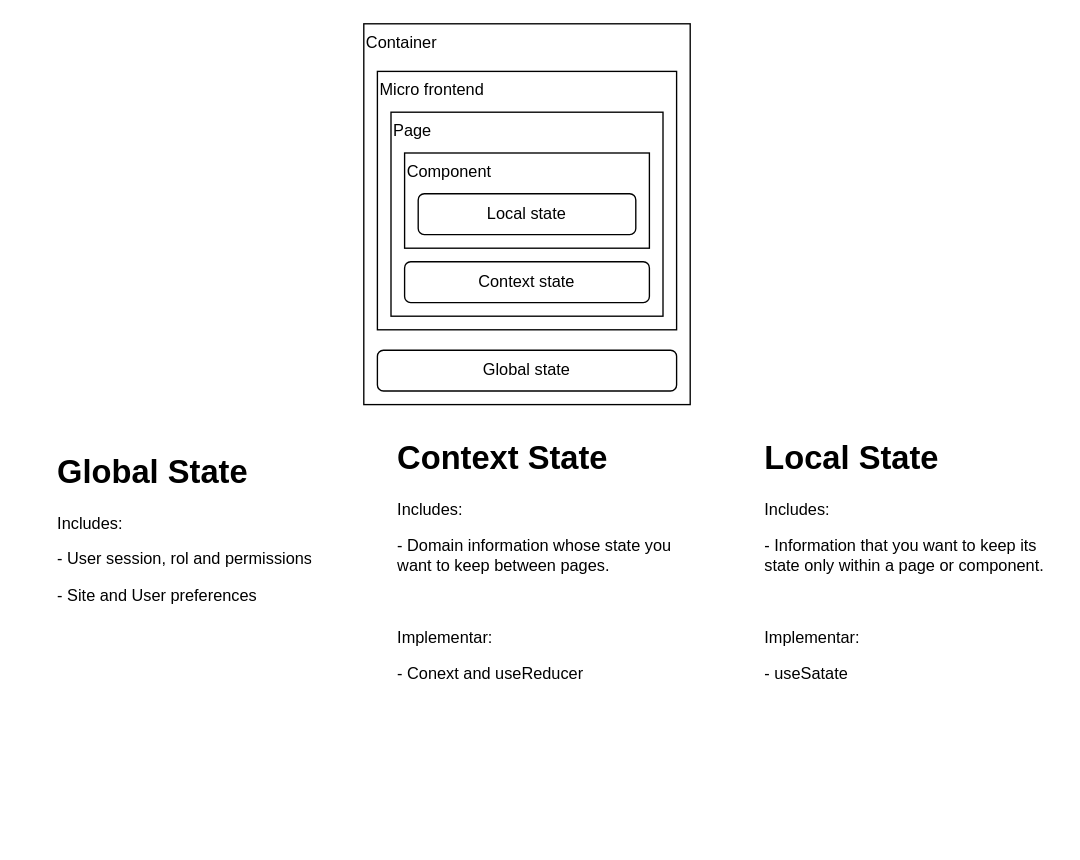
Earlier version of the draw.io diagram page "estado" (4 of 6) of docs/architecture.dio (Project-Foundations/pfmf-react-root). Source tidied: cells renumbered, new cells numbered last; positions are measured from the earlier drawing's top-left corner, leaving out a move shared by most shapes. Both pictures are drawn from the tidied source at 136%, with x=0, y=0 at pixel (50, 23).
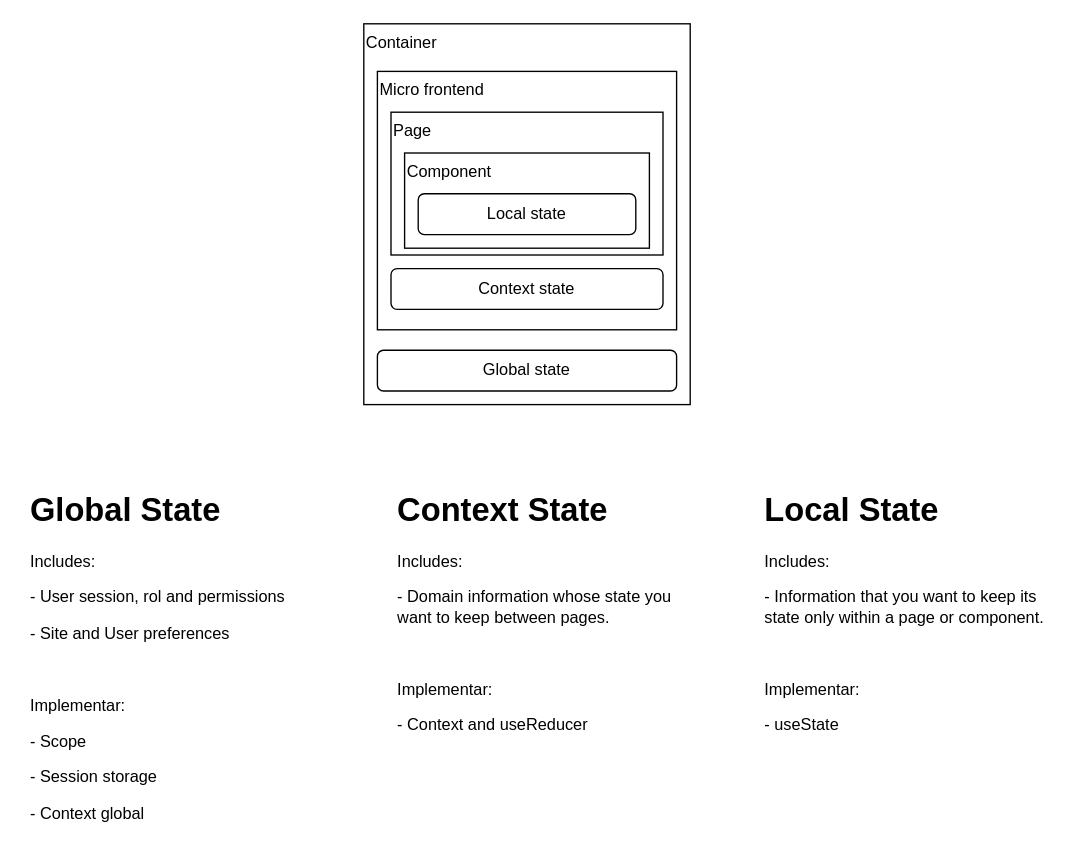
Above is the later version.

The edit, as a diff of the source:
```diff
@@
 <mxGraphModel>
   <root>
     <mxCell id="0" />
     <mxCell id="1" parent="0" />
     <mxCell id="2" value="Container" style="rounded=0;whiteSpace=wrap;html=1;align=left;verticalAlign=top;" parent="1" vertex="1">
       <mxGeometry x="230" width="240" height="280" as="geometry" />
     </mxCell>
     <mxCell id="3" value="Global state" style="rounded=1;whiteSpace=wrap;html=1;" parent="1" vertex="1">
       <mxGeometry x="240" y="240" width="220" height="30" as="geometry" />
     </mxCell>
     <mxCell id="4" value="Micro frontend" style="rounded=0;whiteSpace=wrap;html=1;align=left;verticalAlign=top;" parent="1" vertex="1">
       <mxGeometry x="240" y="35" width="220" height="190" as="geometry" />
     </mxCell>
     <mxCell id="5" value="Page" style="rounded=0;whiteSpace=wrap;html=1;align=left;verticalAlign=top;" parent="1" vertex="1">
-      <mxGeometry x="250" y="65" width="200" height="150" as="geometry" />
+      <mxGeometry x="250" y="65" width="200" height="105" as="geometry" />
     </mxCell>
     <mxCell id="6" value="Context state" style="rounded=1;whiteSpace=wrap;html=1;" parent="1" vertex="1">
-      <mxGeometry x="260" y="175" width="180" height="30" as="geometry" />
+      <mxGeometry x="250" y="180" width="200" height="30" as="geometry" />
     </mxCell>
     <mxCell id="7" value="Component" style="rounded=0;whiteSpace=wrap;html=1;align=left;verticalAlign=top;" parent="1" vertex="1">
       <mxGeometry x="260" y="95" width="180" height="70" as="geometry" />
     </mxCell>
     <mxCell id="8" value="Local state" style="rounded=1;whiteSpace=wrap;html=1;" parent="1" vertex="1">
       <mxGeometry x="270" y="125" width="160" height="30" as="geometry" />
     </mxCell>
-    <mxCell id="9" value="&lt;h1&gt;Global State&lt;/h1&gt;&lt;p&gt;Includes:&lt;/p&gt;&lt;p&gt;- User session, rol and permissions&lt;/p&gt;&lt;p&gt;- Site and User preferences&lt;/p&gt;" style="text;html=1;strokeColor=none;fillColor=none;spacing=5;spacingTop=-20;whiteSpace=wrap;overflow=hidden;rounded=0;" parent="1" vertex="1">
-      <mxGeometry y="310" width="220" height="145" as="geometry" />
+    <mxCell id="9" value="&lt;h1&gt;Global State&lt;/h1&gt;&lt;p&gt;Includes:&lt;/p&gt;&lt;p&gt;- User session, rol and permissions&lt;/p&gt;&lt;p&gt;- Site and User preferences&lt;/p&gt;&lt;p&gt;&lt;br&gt;&lt;/p&gt;&lt;p&gt;Implementar:&lt;/p&gt;&lt;p&gt;- Scope&lt;/p&gt;&lt;p&gt;- Session storage&lt;/p&gt;&lt;p&gt;- Context global&lt;/p&gt;&lt;p&gt;&lt;br&gt;&lt;/p&gt;" style="text;html=1;strokeColor=none;fillColor=none;spacing=5;spacingTop=-20;whiteSpace=wrap;overflow=hidden;rounded=0;" parent="1" vertex="1">
+      <mxGeometry x="-20" y="337.5" width="220" height="260" as="geometry" />
     </mxCell>
-    <mxCell id="10" value="&lt;h1&gt;Context State&lt;/h1&gt;&lt;p&gt;Includes:&lt;/p&gt;&lt;p&gt;-&amp;nbsp;Domain information whose state you want to keep between pages.&lt;/p&gt;&lt;p&gt;&lt;br&gt;&lt;/p&gt;&lt;p&gt;Implementar:&lt;/p&gt;&lt;p&gt;- Conext and useReducer&lt;/p&gt;" style="text;html=1;strokeColor=none;fillColor=none;spacing=5;spacingTop=-20;whiteSpace=wrap;overflow=hidden;rounded=0;" parent="1" vertex="1">
-      <mxGeometry x="250" y="300" width="220" height="205" as="geometry" />
+    <mxCell id="10" value="&lt;h1&gt;Context State&lt;/h1&gt;&lt;p&gt;Includes:&lt;/p&gt;&lt;p&gt;-&amp;nbsp;Domain information whose state you want to keep between pages.&lt;/p&gt;&lt;p&gt;&lt;br&gt;&lt;/p&gt;&lt;p&gt;Implementar:&lt;/p&gt;&lt;p&gt;- Context and useReducer&lt;/p&gt;" style="text;html=1;strokeColor=none;fillColor=none;spacing=5;spacingTop=-20;whiteSpace=wrap;overflow=hidden;rounded=0;" parent="1" vertex="1">
+      <mxGeometry x="250" y="337.5" width="220" height="205" as="geometry" />
     </mxCell>
-    <mxCell id="11" value="&lt;h1&gt;Local State&lt;/h1&gt;&lt;p&gt;Includes:&lt;/p&gt;&lt;p&gt;-&amp;nbsp;Information that you want to keep its state only within a page or component.&lt;/p&gt;&lt;p&gt;&lt;br&gt;&lt;/p&gt;&lt;p&gt;Implementar:&lt;/p&gt;&lt;p&gt;- useSatate&lt;/p&gt;" style="text;html=1;strokeColor=none;fillColor=none;spacing=5;spacingTop=-20;whiteSpace=wrap;overflow=hidden;rounded=0;" parent="1" vertex="1">
-      <mxGeometry x="520" y="300" width="220" height="205" as="geometry" />
+    <mxCell id="11" value="&lt;h1&gt;Local State&lt;/h1&gt;&lt;p&gt;Includes:&lt;/p&gt;&lt;p&gt;-&amp;nbsp;Information that you want to keep its state only within a page or component.&lt;/p&gt;&lt;p&gt;&lt;br&gt;&lt;/p&gt;&lt;p&gt;Implementar:&lt;/p&gt;&lt;p&gt;- useState&lt;/p&gt;" style="text;html=1;strokeColor=none;fillColor=none;spacing=5;spacingTop=-20;whiteSpace=wrap;overflow=hidden;rounded=0;" parent="1" vertex="1">
+      <mxGeometry x="520" y="337.5" width="220" height="205" as="geometry" />
     </mxCell>
   </root>
 </mxGraphModel>
```
